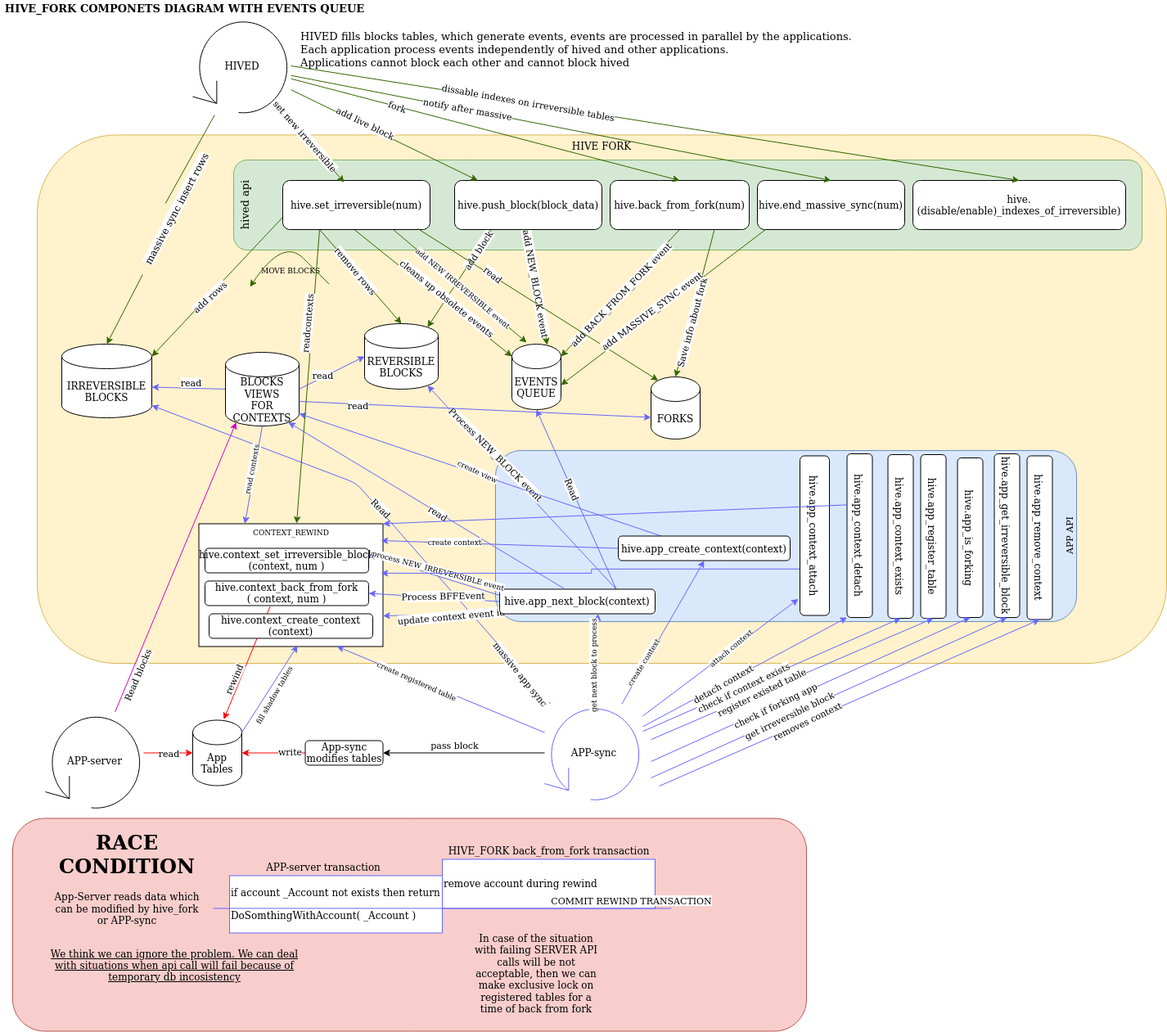
Before: src/hive_fork_manager/doc/evq_c3.png, a diagram exported from draw.io (openhive-network/HAfAH). Source tidied: cells renumbered, new cells last; positions are measured from the earlier drawing's top-left corner, leaving out a move shared by most shapes.
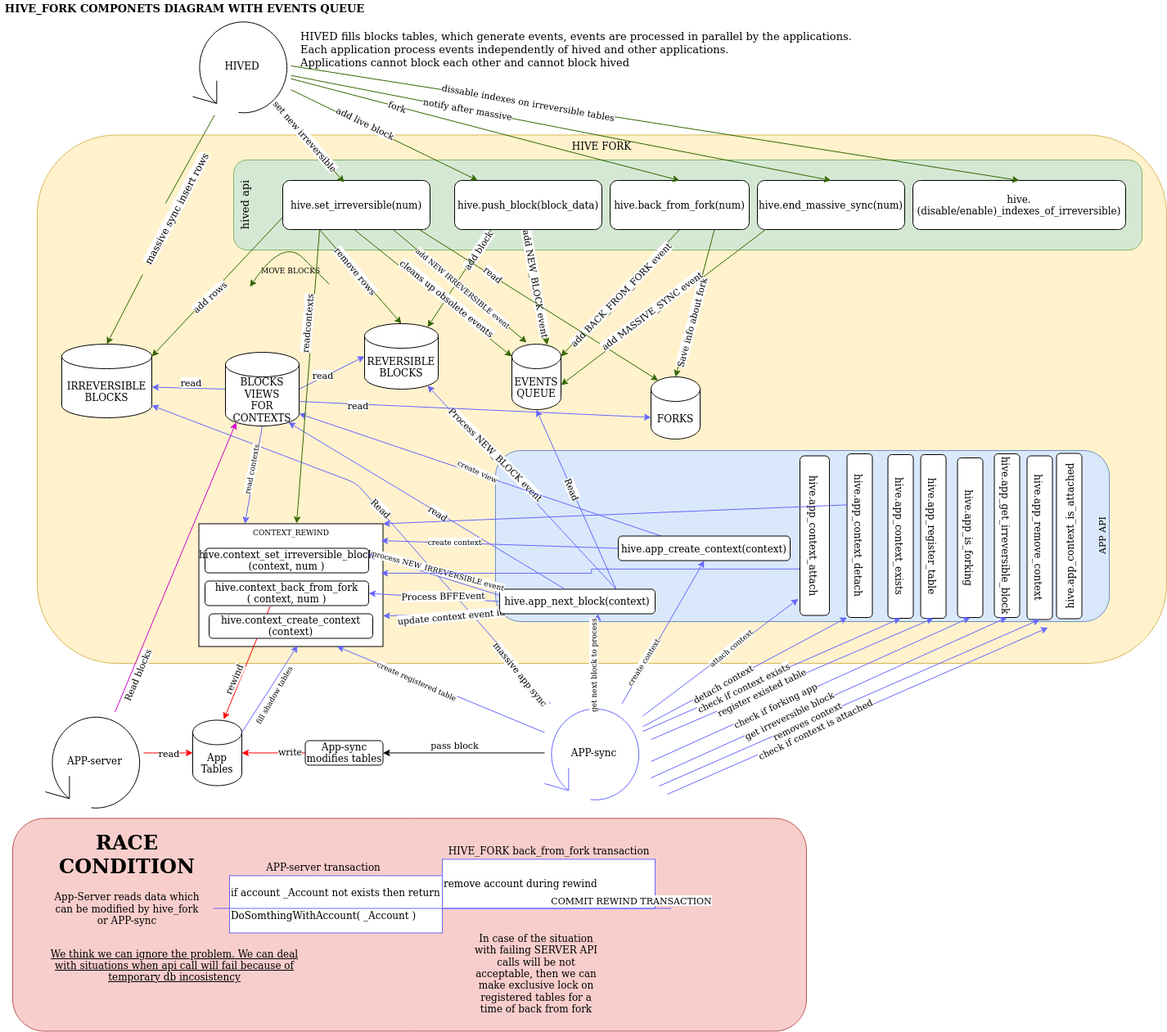
The same diagram one commit later.

Commit message:
issue #2: add hive.app_context_is_attached

What changed in the source:
```diff
@@ -6,7 +6,7 @@
       <mxGeometry x="45" y="164.5" width="1380" height="645.5" as="geometry" />
     </mxCell>
     <mxCell id="3" value="&lt;div&gt;APP API&lt;br&gt;&lt;/div&gt;" style="rounded=1;whiteSpace=wrap;html=1;labelBackgroundColor=none;fontSize=11;align=center;horizontal=0;verticalAlign=bottom;fillColor=#dae8fc;strokeColor=#6c8ebf;" parent="1" vertex="1">
-      <mxGeometry x="605" y="550" width="710" height="209" as="geometry" />
+      <mxGeometry x="605" y="550" width="750" height="209" as="geometry" />
     </mxCell>
     <mxCell id="4" value="&lt;div&gt;hived api&lt;br&gt;&lt;/div&gt;" style="rounded=1;whiteSpace=wrap;html=1;labelBackgroundColor=none;fontSize=13;align=center;horizontal=0;verticalAlign=top;fillColor=#d5e8d4;strokeColor=#82b366;" parent="1" vertex="1">
       <mxGeometry x="285" y="195" width="1110" height="110" as="geometry" />
@@ -525,5 +525,17 @@
     <mxCell id="143" value="dissable indexes on irreversible tables" style="edgeLabel;html=1;align=center;verticalAlign=middle;rotation=10;" parent="142" vertex="1">
       <mxGeometry x="-0.35" y="1" relative="1" as="geometry" />
     </mxCell>
+    <mxCell id="144" value="hive.app_context_is_attached" style="rounded=1;whiteSpace=wrap;html=1;rotation=-90;" parent="1" vertex="1">
+      <mxGeometry x="1205" y="639" width="202" height="31" as="geometry" />
+    </mxCell>
+    <mxCell id="145" style="endArrow=classic;html=1;entryX=1;entryY=0.5;entryDx=0;entryDy=0;strokeColor=#6666FF;" parent="1" edge="1">
+      <mxGeometry relative="1" as="geometry">
+        <mxPoint x="815" y="970" as="sourcePoint" />
+        <mxPoint x="1280" y="766.5" as="targetPoint" />
+      </mxGeometry>
+    </mxCell>
+    <mxCell id="146" value="check if context is attached" style="edgeLabel;html=1;align=center;verticalAlign=middle;fontColor=#000000;rotation=334;" parent="145" vertex="1">
+      <mxGeometry x="-0.22" relative="1" as="geometry" />
+    </mxCell>
   </root>
 </mxGraphModel>
```
